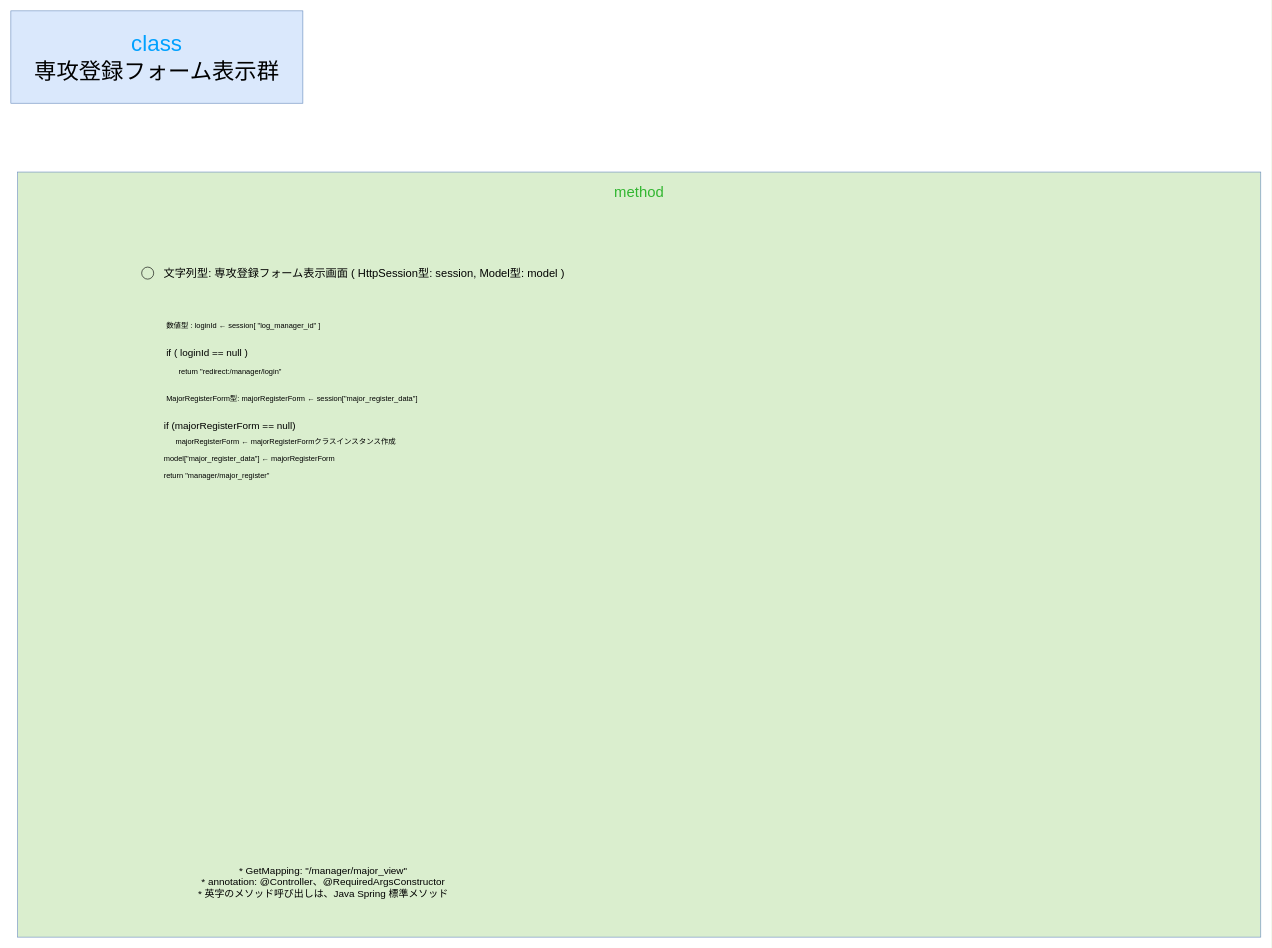
This is gijigengo/controller/view/manager/seiseki_manage_sys controller_view_manager MajorRegisterViewControllerクラス 疑似言語.drawio from tro319/seiseki_manage_sys, a draw.io file, before an edit. Source tidied: cells renumbered, new cells numbered last; positions are measured from the earlier drawing's top-left corner, leaving out a move shared by most shapes. Both pictures are drawn from the tidied source at 62%, with x=0, y=0 at pixel (11, 11).
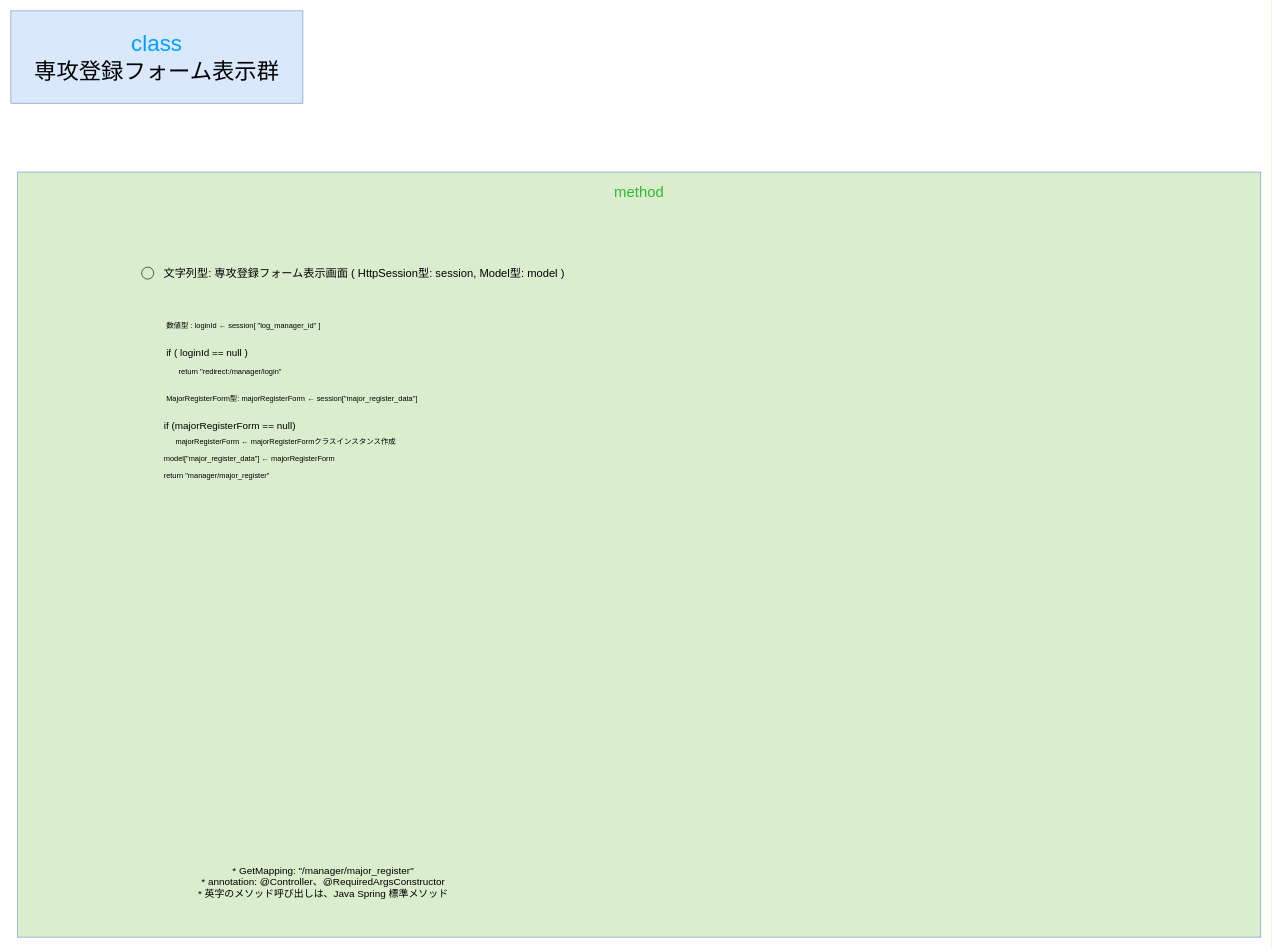
The same diagram, later.

Change to the diagram source:
```diff
@@
 <mxGraphModel>
   <root>
     <mxCell id="0" />
     <mxCell id="1" parent="0" />
     <mxCell id="2" value="&lt;div&gt;&lt;span style=&quot;color: rgb(0, 161, 255);&quot;&gt;class&lt;/span&gt;&lt;/div&gt;&lt;div&gt;専攻登録フォーム表示群&lt;/div&gt;" style="text;html=1;whiteSpace=wrap;strokeColor=#6c8ebf;fillColor=#dae8fc;align=center;verticalAlign=middle;rounded=0;fontSize=36;" parent="1" vertex="1">
       <mxGeometry width="471" height="149" as="geometry" />
     </mxCell>
     <mxCell id="3" value="&lt;div&gt;&lt;font style=&quot;font-size: 24px;&quot;&gt;&lt;span style=&quot;color: rgb(50, 182, 49);&quot;&gt;&lt;span style=&quot;&quot;&gt;&lt;span style=&quot;&quot;&gt;&lt;span&gt;method&lt;/span&gt;&lt;/span&gt;&lt;/span&gt;&lt;/span&gt;&lt;/font&gt;&lt;/div&gt;&lt;div&gt;&lt;font style=&quot;font-size: 24px;&quot;&gt;&lt;span style=&quot;color: rgba(0, 0, 0, 0);&quot;&gt;&lt;span style=&quot;color: rgba(0, 0, 0, 0);&quot;&gt;&lt;span style=&quot;&quot;&gt;&lt;span style=&quot;&quot;&gt;&lt;br&gt;&lt;/span&gt;&lt;/span&gt;&lt;/span&gt;&lt;/span&gt;&lt;/font&gt;&lt;/div&gt;" style="text;html=1;whiteSpace=wrap;strokeColor=#6c8ebf;fillColor=light-dark(#daeece, #214210);align=center;verticalAlign=top;rounded=0;fontSize=36;fontColor=#00A1FF;" parent="1" vertex="1">
       <mxGeometry x="11" y="260" width="2005" height="1234" as="geometry" />
     </mxCell>
     <mxCell id="4" value="&lt;div&gt;&lt;span style=&quot;color: rgb(0, 0, 0);&quot;&gt;&lt;font&gt;数値型 : loginId ←&amp;nbsp;&lt;/font&gt;&lt;/span&gt;&lt;span style=&quot;color: rgb(0, 0, 0);&quot;&gt;&lt;font&gt;session[ &quot;log_manager_id&quot; ]&lt;/font&gt;&lt;/span&gt;&lt;/div&gt;" style="text;html=1;whiteSpace=wrap;strokeColor=none;fillColor=none;align=left;verticalAlign=middle;rounded=0;fontSize=12;" parent="1" vertex="1">
       <mxGeometry x="249" y="493" width="590" height="30" as="geometry" />
     </mxCell>
-    <mxCell id="5" value="&lt;div&gt;&lt;span&gt;&lt;span&gt;&lt;span style=&quot;color: rgb(0, 0, 0);&quot;&gt;&lt;font style=&quot;font-size: 16px;&quot;&gt;* GetMapping: &quot;&lt;/font&gt;&lt;/span&gt;&lt;/span&gt;&lt;/span&gt;&lt;font style=&quot;font-size: 16px;&quot;&gt;/manager/major_view&lt;/font&gt;&lt;span&gt;&lt;span&gt;&lt;span style=&quot;color: rgb(0, 0, 0);&quot;&gt;&lt;font style=&quot;font-size: 16px;&quot;&gt;&quot;&lt;/font&gt;&lt;/span&gt;&lt;/span&gt;&lt;/span&gt;&lt;/div&gt;&lt;div&gt;&lt;span&gt;&lt;span&gt;&lt;span style=&quot;color: rgb(0, 0, 0);&quot;&gt;&lt;font style=&quot;font-size: 16px;&quot;&gt;* annotation: &lt;/font&gt;&lt;font style=&quot;font-size: 16px;&quot;&gt;@Controller&lt;/font&gt;&lt;font style=&quot;font-size: 16px;&quot;&gt;、@RequiredArgsConstructor&lt;/font&gt;&lt;/span&gt;&lt;/span&gt;&lt;/span&gt;&lt;/div&gt;&lt;div&gt;&lt;span&gt;&lt;span&gt;&lt;span style=&quot;color: rgb(0, 0, 0);&quot;&gt;&lt;font style=&quot;font-size: 16px;&quot;&gt;* 英字のメソッド呼び出しは、Java Spring 標準メソッド&lt;/font&gt;&lt;/span&gt;&lt;/span&gt;&lt;/span&gt;&lt;/div&gt;" style="text;html=1;whiteSpace=wrap;strokeColor=none;fillColor=none;align=center;verticalAlign=middle;rounded=0;" parent="1" vertex="1">
+    <mxCell id="5" value="&lt;div&gt;&lt;span&gt;&lt;span&gt;&lt;span style=&quot;color: rgb(0, 0, 0);&quot;&gt;&lt;font style=&quot;font-size: 16px;&quot;&gt;* GetMapping: &quot;&lt;/font&gt;&lt;/span&gt;&lt;/span&gt;&lt;/span&gt;&lt;font style=&quot;font-size: 16px;&quot;&gt;/manager/major_register&lt;/font&gt;&lt;span&gt;&lt;span&gt;&lt;span style=&quot;color: rgb(0, 0, 0);&quot;&gt;&lt;font style=&quot;font-size: 16px;&quot;&gt;&quot;&lt;/font&gt;&lt;/span&gt;&lt;/span&gt;&lt;/span&gt;&lt;/div&gt;&lt;div&gt;&lt;span&gt;&lt;span&gt;&lt;span style=&quot;color: rgb(0, 0, 0);&quot;&gt;&lt;font style=&quot;font-size: 16px;&quot;&gt;* annotation: &lt;/font&gt;&lt;font style=&quot;font-size: 16px;&quot;&gt;@Controller&lt;/font&gt;&lt;font style=&quot;font-size: 16px;&quot;&gt;、@RequiredArgsConstructor&lt;/font&gt;&lt;/span&gt;&lt;/span&gt;&lt;/span&gt;&lt;/div&gt;&lt;div&gt;&lt;span&gt;&lt;span&gt;&lt;span style=&quot;color: rgb(0, 0, 0);&quot;&gt;&lt;font style=&quot;font-size: 16px;&quot;&gt;* 英字のメソッド呼び出しは、Java Spring 標準メソッド&lt;/font&gt;&lt;/span&gt;&lt;/span&gt;&lt;/span&gt;&lt;/div&gt;" style="text;html=1;whiteSpace=wrap;strokeColor=none;fillColor=none;align=center;verticalAlign=middle;rounded=0;" parent="1" vertex="1">
       <mxGeometry x="209" y="1390" width="590" height="30" as="geometry" />
     </mxCell>
     <mxCell id="6" value="&lt;div align=&quot;left&quot;&gt;&lt;span style=&quot;color: rgb(0, 0, 0);&quot;&gt;&lt;font style=&quot;font-size: 16px;&quot;&gt;if ( loginId == null )&amp;nbsp;&lt;/font&gt;&lt;/span&gt;&lt;/div&gt;" style="text;html=1;whiteSpace=wrap;strokeColor=none;fillColor=none;align=left;verticalAlign=middle;rounded=0;" parent="1" vertex="1">
       <mxGeometry x="249" y="536" width="590" height="30" as="geometry" />
     </mxCell>
     <mxCell id="7" value="return &quot;redirect:/manager/login&quot;" style="text;html=1;whiteSpace=wrap;strokeColor=none;fillColor=none;align=left;verticalAlign=middle;rounded=0;" parent="1" vertex="1">
       <mxGeometry x="269" y="567" width="590" height="30" as="geometry" />
     </mxCell>
     <mxCell id="8" value="&lt;font style=&quot;font-size: 18px;&quot;&gt;&lt;span&gt;&lt;span&gt;&lt;span style=&quot;color: rgb(0, 0, 0);&quot;&gt;&lt;font&gt;文字列型: 専攻登録フォーム表示画面 ( HttpSession型: session, Model型: model )&lt;/font&gt;&lt;/span&gt;&lt;/span&gt;&lt;/span&gt;&lt;/font&gt;" style="whiteSpace=wrap;html=1;fillColor=none;labelBorderColor=none;strokeColor=none;" parent="1" vertex="1">
       <mxGeometry x="234" y="408" width="672" height="30" as="geometry" />
     </mxCell>
     <mxCell id="9" value="&amp;nbsp; &amp;nbsp; &amp;nbsp; &amp;nbsp; &amp;nbsp; &amp;nbsp; &amp;nbsp;" style="ellipse;whiteSpace=wrap;html=1;fillColor=none;" parent="1" vertex="1">
       <mxGeometry x="211" y="413.3" width="19.4" height="19.4" as="geometry" />
     </mxCell>
     <mxCell id="10" value="return &quot;manager/major_register&quot;" style="text;html=1;whiteSpace=wrap;strokeColor=none;fillColor=none;align=left;verticalAlign=middle;rounded=0;" parent="1" vertex="1">
       <mxGeometry x="245" y="735" width="590" height="30" as="geometry" />
     </mxCell>
     <mxCell id="11" value="majorRegisterForm ← majorRegisterFormクラスインスタンス作成" style="text;html=1;whiteSpace=wrap;strokeColor=none;fillColor=none;align=left;verticalAlign=middle;rounded=0;" parent="1" vertex="1">
       <mxGeometry x="264" y="680" width="590" height="30" as="geometry" />
     </mxCell>
     <mxCell id="12" value="&lt;div align=&quot;left&quot;&gt;&lt;span style=&quot;color: rgb(0, 0, 0);&quot;&gt;&lt;font style=&quot;font-size: 16px;&quot;&gt;if (majorRegisterForm == null)&amp;nbsp;&lt;/font&gt;&lt;/span&gt;&lt;/div&gt;" style="text;html=1;whiteSpace=wrap;strokeColor=none;fillColor=none;align=left;verticalAlign=middle;rounded=0;" parent="1" vertex="1">
       <mxGeometry x="245" y="654" width="590" height="30" as="geometry" />
     </mxCell>
     <mxCell id="13" value="MajorRegisterForm型: majorRegisterForm ← session[&quot;major_register_data&quot;]" style="text;html=1;whiteSpace=wrap;strokeColor=none;fillColor=none;align=left;verticalAlign=middle;rounded=0;" parent="1" vertex="1">
       <mxGeometry x="249" y="611" width="590" height="30" as="geometry" />
     </mxCell>
     <mxCell id="14" value="model[&quot;major_register_data&quot;] ← majorRegisterForm" style="text;html=1;whiteSpace=wrap;strokeColor=none;fillColor=none;align=left;verticalAlign=middle;rounded=0;" parent="1" vertex="1">
       <mxGeometry x="245" y="708" width="590" height="30" as="geometry" />
     </mxCell>
   </root>
 </mxGraphModel>
```
